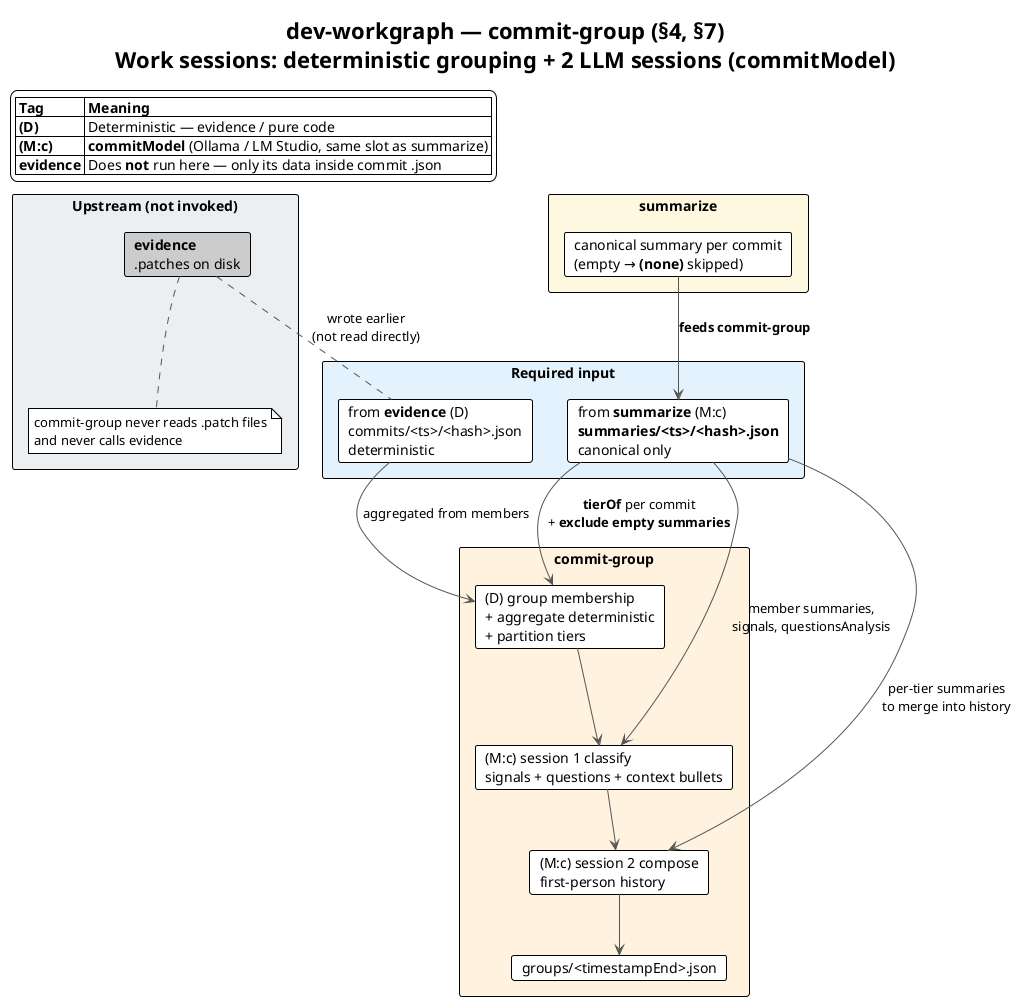
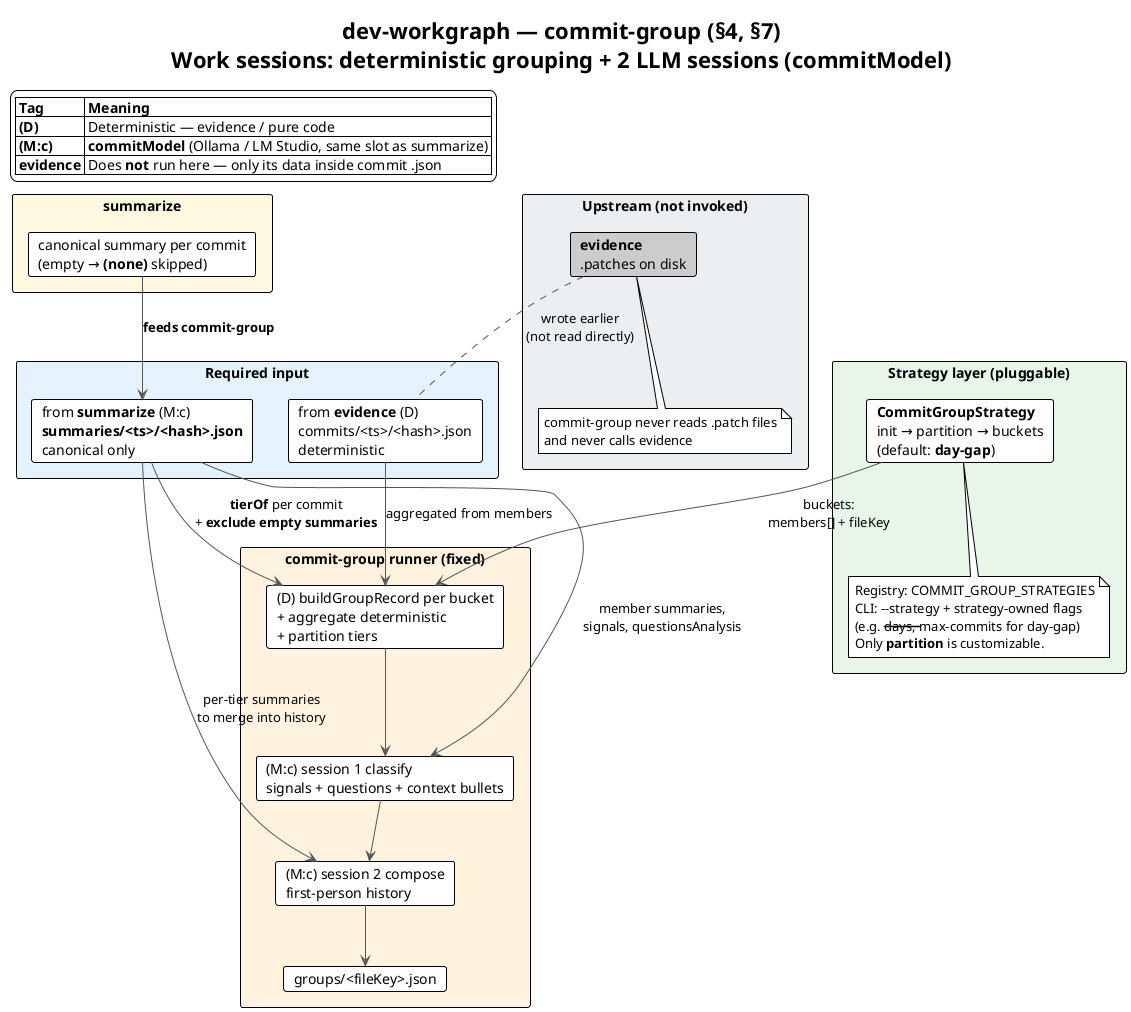
@startuml commit-group-overview
!theme plain
skinparam shadowing false
skinparam ArrowColor #555555

title dev-workgraph — **commit-group** (§4, §7)\nWork sessions: deterministic grouping + 2 LLM sessions (**commitModel**)

legend top left
  |= Tag |= Meaning |
  | **(D)** | Deterministic — evidence / pure code |
  | **(M:c)** | **commitModel** (Ollama / LM Studio, same slot as summarize) |
  | **evidence** | Does **not** run here — only its data inside commit .json |
endlegend

rectangle "**Upstream (not invoked)**" #ECEFF1 {
  card "**evidence**\n.patches on disk" as EVID #CCCCCC
  note bottom of EVID
    commit-group never reads .patch files
    and never calls evidence
  end note
}

rectangle "**Required input**" #E3F2FD {
  card "from **evidence** (D)\ncommits/<ts>/<hash>.json\ndeterministic" as DET
  card "from **summarize** (M:c)\n**summaries/<ts>/<hash>.json**\ncanonical only" as CM
}

- rectangle "**commit-group**" #FFF3E0 {
-   card "(D) group membership\n+ aggregate deterministic\n+ partition tiers" as DSTEP
+ rectangle "**Strategy layer (pluggable)**" #E8F5E9 {
+   card "**CommitGroupStrategy**\ninit → partition → buckets\n(default: **day-gap**)" as STRAT
+   note bottom of STRAT
+     Registry: COMMIT_GROUP_STRATEGIES
+     CLI: --strategy + strategy-owned flags
+     (e.g. --days, --max-commits for day-gap)
+     Only **partition** is customizable.
+   end note
+ }
+ 
+ rectangle "**commit-group runner (fixed)**" #FFF3E0 {
+   card "(D) buildGroupRecord per bucket\n+ aggregate deterministic\n+ partition tiers" as DSTEP
  card "(M:c) session 1 classify\nsignals + questions + context bullets" as C1
  card "(M:c) session 2 compose\nfirst-person history" as C2
-   card "groups/<timestampEnd>.json" as GOUT
+   card "groups/<fileKey>.json" as GOUT
}

rectangle "**summarize**" #FFF8E1 {
  card "canonical summary per commit\n(empty → **(none)** skipped)" as SUM
}

SUM --> CM : **feeds commit-group**
DET --> DSTEP : aggregated from members
CM --> DSTEP : **tierOf** per commit\n+ **exclude empty summaries**
+ STRAT --> DSTEP : buckets:\nmembers[] + fileKey
CM --> C1 : member summaries,\nsignals, questionsAnalysis
CM --> C2 : per-tier summaries\nto merge into history
DSTEP --> C1
C1 --> C2
C2 --> GOUT

EVID .. DET : wrote earlier\n(not read directly)

@enduml


@startuml commit-group-summarize-link
!theme plain
skinparam shadowing false

title **commit-group** and **summarize** — what is reused vs recalculated

package "**summarize output (per commit)**" #FFF8E1 {
  component "model.summary" as S
  component "model signals\n(technical / architecture / security)" as SIG
  component "model.signalReasons" as SR
  component "model.questionsAnalysis" as Q
  component "model.changeTypes" as CT
}

package "**commit-group reads (no .patch, no evidence cmd)**" #E3F2FD {
  component "commits/<ts>/<hash>.json\n.deterministic (evidence)" as DET
  component "summaries/<ts>/<hash>.json\n.canonical model only" as READ
}

- package "**commit-group (D) — always recomputed on run**" #E8F5E9 {
+ package "**commit-group (D) — runner per bucket**" #E8F5E9 {
  component "filter **isEmptyCommitSummary**" as FILT
-   component "groupByGap membership" as MEM
-   component "aggregateDeterministic" as AGG
+   component "**strategy.partition**\n(membership — pluggable)" as MEM
+   component "buildGroupRecord +\naggregateDeterministic" as AGG
  component "groups.tiers via tierOf(model)" as TIER
}

package "**commit-group (M:c) — session-level rebuild**" #FFF3E0 {
  component "Session signals re-evaluated\n(at least max of members)" as GSIG
  component "Session questions synthesized\n(merge, dedupe, reframe)" as GQ
  component "hiContext / mediumContext / lowContext" as CTX
  component "history — merge of commit summaries" as HIST
}

S --> READ
SIG --> READ
Q --> READ

READ --> FILT
FILT --> MEM
FILT --> TIER
FILT --> GSIG
FILT --> GQ
DET --> AGG
SIG --> TIER

note bottom of FILT
  Skip commits where provenance.model = **(none)**
  or summary is blank.
  Console: N commits → M for grouping
  (K empty summaries skipped)
end note

note bottom of TIER
  **tierOf** uses summarize signals only:
  hi = any high · medium = any medium, none high
  low = all low OR model is null
end note

note bottom of GQ
  Classify session **rebuilds** session questions from
  member commit questions + session context — not a
  simple string concat; role-aware via project context.
end note

note bottom of GSIG
  On re-run after new commits summarized:
  tiers, session signals, questions, history all
  recomputed from current commit.model values.
end note

@enduml


@startuml commit-group-command
!theme plain
skinparam shadowing false
skinparam ActivityBorderColor #888888
skinparam NoteBackgroundColor #FFF3E0

title **commit-group** — Full command flow

start

:loadCommitRecords(commits/ + summaries/);\njoin evidence + canonical summary;

if (No commits?) then (yes)
  #Pink:Run **evidence** first;
  stop
else (no)
endif

:Filter **isEmptyCommitSummary**;
note right: skip (none) / blank summary

- :Resolve **groupThresholdDays** + **groupMaxCommits**\n(prompt or --days / --max-commits);
- 
- :groupByGap(commits, days, max)\n**oldest first**;
+ :getCommitGroupStrategy(**--strategy**);
+ :strategy.**init**(strategyCli)\n(prompts / persist — strategy-specific);
+ :strategy.**partition**(commits) → buckets[];
+ note right
+   **day-gap:** groupByGap +
+   extensionSessions (incremental)
+   Other strategies: e.g. Jira ticket key
+ end note

:Pick **commitModel** (same slot as summarize);

:loadProjectContext -> classify + compose system prompts;

- partition "Per work session (oldest group first)" {
+ partition "Per bucket from strategy.partition (oldest first)" {
  :buildGroupRecord(members) **(D)**;
  note right
    groups.commits[] ordered hashes
    groups.tiers = partitionTiers(members)
    deterministic = aggregateDeterministic(members)
    model = null (until LLM)
  end note

  if (group file exists with model?) then (yes)
    :Skip LLM (append-only);
  else (no)
    partition "**Session 1 — classify (M:c)**" {
      :Input: aggregated deterministic,\ntier-annotated members (summary + signals\n+ per-commit questions as context),\ngroups.tiers reference;
      :Output: session **signals** + signalReasons,\n**questions[]**, changeTypes, confidence,\nhiContext / mediumContext / lowContext;
      :enforceSignalReasons;
    }

    partition "**Session 2 — compose (M:c)**" {
      :Input: classify result +\nper-commit summaries by tier;
      :Output: **history** only\n(first-person merge);
    }

    :technologies = mergeTechnologies(members)\n**(D)** union of commit models;
-     :Write groups/<timestampEnd>.json;
+     :Write groups/<**fileKey**>.json;
  endif
}

#LightGreen:Done;

floating note left
  On model failure: save group with model=null\n(deterministic + tiers kept) for retry.
  **Append-only:** skips groups that already have model.
  New commits → **extension groups** only (§4).
  To rebuild: delete group files manually.
end note

stop

@enduml


@startuml commit-group-deterministic
!theme plain
skinparam shadowing false
skinparam ActivityBorderColor #888888
skinparam NoteBackgroundColor #E8F5E9

- title **commit-group** — Deterministic steps (D)\nNo evidence command · uses commit .json from disk
+ title **commit-group** — Runner deterministic steps (D) per bucket\nPartition is **strategy-specific** (see commit-group-strategies)

start

:Load evidence from commits/**/*.json;\njoin **summaries/<ts>/<hash>.json** (canonical);

note right
  Each joined record:
  • deterministic (from evidence)
  • model (from summarize, may be empty)
  **.partN.json / .merge.json not loaded**
end note

:Filter out **isEmptyCommitSummary**;

- partition "1. Group membership — groupByGap" {
-   :Walk chronologically;
-   if (gap > groupThresholdDays\nOR group size >= groupMaxCommits?) then (yes)
-     :Close group, start new;
-   else (no)
-     :Same session;
-   endif
-   note right: Single-commit groups are valid
- }
- 
- partition "2. groups.commits (D)" {
+ note right
+   **strategy.partition** already ran
+   (members[] per bucket).
+   Below: fixed runner per bucket.
+ end note
+ 
+ partition "1. groups.commits (D)" {
  :Ordered list of member hashes;
}

- partition "3. groups.tiers — partitionTiers (D)" {
+ partition "2. groups.tiers — partitionTiers (D)" {
  :For each member: **tierOf(commit)**;
  note right
    Uses **summarize** signals only:
    hi / medium / low
    model null -> low tier
  end note
  :Every hash in exactly one tier bucket;
}

- partition "4. aggregateDeterministic (D)" {
+ partition "3. aggregateDeterministic (D)" {
  :Union changedFiles per status;
  :Sum linesAdded / linesDeleted;
  :Union folders, areas, excludedFiles;
  note right
    Same rules as evidence, merged across members.
    **Does not** re-read Git or patches.
  end note
}

:Write deterministic layer to group JSON\nbefore any LLM call;

stop

@enduml


@startuml commit-group-model-layer
!theme plain
skinparam shadowing false
skinparam classBackgroundColor #FAFAFA

title **GroupModelLayer** — two LLM sessions (M:c)

class "GroupRecord" as GR {
  groupId, timestampStart, timestampEnd, commitCount
  groups { commits[], tiers { low, medium, hi } }
  deterministic : DeterministicLayer **(D)**
  model : GroupModelLayer | null
}

class "Session 1 — classify" as C1 #FFF3E0 {
  **Rebuilt session signals**
  technicalSignal / architectureSignal / securitySignal
  signalReasons (patch-grounded, session scope)
  --
  **questions[]** — session-level
  synthesized from member gaps
  (not simple concat of commit questions)
  --
  changeTypes[], confidence
  hiContext[] / mediumContext[] / lowContext[]
  (meaning-merged bullets, not commit hashes)
}

class "Session 2 — compose" as C2 #FFF3E0 {
  **history** : string
  First-person merge of commit summaries
  HIGH = full detail · MEDIUM = brief
  LOW = optional mention
}

class "CLI (D post)" as CLI #E3F2FD {
  technologies[] = mergeTechnologies(members)
  provenance { model, generatedAt }
}

GR *-- C1
C1 --> C2 : classify feeds compose
C2 --> CLI
CLI --> GR

note right of C1
  Input from **summarize**:
  per-commit summary, signals, questions
  + deterministic tiers reference
end note

note bottom of GR
  **evidence** does not participate in model steps.
  Member **patches never loaded**.
end note

@enduml


@startuml commit-group-incremental
!theme plain
skinparam shadowing false

title **commit-group** — incremental re-run (extension groups, §4)

actor "Developer" as DEV

rectangle "**Existing on disk**" #E8F5E9 {
  card "groups/T1.json\n[c1,c2,c3] + model" as G1
}

rectangle "**New commits exported**" #FFF8E1 {
  card "c4, c5 (summarized)" as NC
}

- rectangle "**groupByGap (full recompute)**" #E3F2FD {
-   card "Session would be\n[c1..c5]" as FULL
- }
- 
- rectangle "**extensionSessions**" #FFF3E0 {
-   card "covered = {c1,c2,c3}\nuncovered = [c4,c5]" as EXT
-   card "Write **groups/T5.json**\nextension group only" as OUT
+ rectangle "**day-gap strategy.partition**" #E8F5E9 {
+   card "groupByGap (full recompute)" as FULL
+   card "**extensionSessions**\n(coveredCommitHashes)" as EXT
+   card "Write **groups/T5.json**\nextension bucket only" as OUT
}

DEV --> NC
G1 --> EXT : coveredCommitHashes
FULL --> EXT : subtract covered
- EXT --> OUT
+ EXT --> OUT : bucket fileKey=T5\n[c4,c5] only
+ 
+ note bottom of EXT
+   **day-gap** implementation detail.
+   Custom strategies may use different
+   incremental rules; output is still buckets.
+ end note

note bottom of OUT
  report resume folds **T5** only — no duplicate
  history from re-folding [c1..c5].
  Graph only extends; delete artifacts to rebuild.
end note

@enduml


@startuml commit-group-rerun
!theme plain
skinparam shadowing false

title **Incremental re-run** (append-only graph)

actor "Developer" as DEV

rectangle "**Re-run after new commits**" #E8F5E9 {
  card "evidence + summarize\nnew commits only" as INC1
  card "commit-group\n**extension groups**\n(uncovered commits)" as INC2
  card "report resume\n+ prepare + final\n**extension mode**" as INC3
}

DEV --> INC1
INC1 --> INC2
INC2 --> INC3

note bottom
  **Incremental:** extension groups + cumulative Q&A in final (§11).
  Existing JSON model layers are never overwritten.
  To rebuild a stage: delete its artifacts manually.
  evidence re-run only needed if Git export changed.
end note

@enduml


@startuml commit-group-sequence
!theme plain
skinparam shadowing false

title Sequence — **commit-group** (summarize in, evidence out)

actor "Developer" as DEV
database "commits/*.json\n(D evidence)" as COMM
database "summaries/*.json\n(M:c canonical)" as SUMM
database "project.json" as PJ
- participant "**commit-group**" as CG
+ participant "**commit-group**\nrunner" as CG
+ participant "**CommitGroupStrategy**\n(partition plugin)" as STRAT
participant "LLM\ncommitModel\nOllama | LM Studio" as LLM
- database "groups/<ts>.json" as GRP
- 
- DEV -> CG : commit-group ./repo
+ database "groups/<fileKey>.json" as GRP
+ 
+ DEV -> CG : commit-group ./repo [--strategy]

CG -> COMM : load evidence manifests
CG -> SUMM : join canonical summaries
CG -> CG : filter empty summaries\n(isEmptyCommitSummary)

+ CG -> STRAT : getCommitGroupStrategy + init(strategyCli)
+ STRAT --> CG : init params
+ 
+ CG -> STRAT : partition(commits)
+ STRAT --> CG : buckets[] (members + fileKey)
+ 
+ note over STRAT
+   **day-gap:** groupByGap +
+   extensionSessions (incremental).
+   Skips buckets whose group file
+   already has model (append-only).
+ end note
+ 
note over COMM
  evidence .patch files **not read**
  .partN / .merge summaries **not read**
end note

- CG -> CG : groupByGap + **extensionSessions**\n(subtract covered commit hashes)
- 
- note over CG
-   **Incremental re-run:** extension groups
-   = uncovered commits only (§4).
-   Skips groups with model (append-only).
- end note
- 
- CG -> CG : buildGroupRecord (D)\naggregateDeterministic\npartitionTiers from commit.model signals
- 
CG -> PJ : loadProjectContext()
+ 
+ CG -> CG : buildGroupRecord (D) per bucket\naggregateDeterministic\npartitionTiers from commit.model signals

CG -> LLM : **Session 1 classify**\nmember summaries + signals + questions
LLM --> CG : session signals, questions[], context tiers

CG -> LLM : **Session 2 compose**\nsummaries by tier + classify result
LLM --> CG : history

CG -> CG : mergeTechnologies (D)\n+ provenance

CG -> GRP : write group JSON

CG --> DEV : summarized / skipped / failed counts

@enduml


@startuml commit-group-example
!theme plain
skinparam shadowing false

title Example — group record after **commit-group**

object "groups/1717428123.json" as G #FFF3E0 {
  groupId = 1717428123
  commitCount = 3
  ..
  **groups (D)**
  commits[] = 3 hashes
  tiers.hi / medium / low from **summarize** signals
  ..
  **deterministic (D)**
  union of member deterministic layers
  ..
  **model (M:c)**
  history = first-person session narrative
  technicalSignal / architectureSignal / securitySignal
  signalReasons + **questions[]** (session-level)
  hiContext / mediumContext / lowContext
  technologies = union from member commits (D)
}

note bottom of G
  Per-commit questions (summarize) -> classify synthesizes
  session questions. Per-commit signals -> tiers (D) +
  session signals re-evaluated (M:c).
end note

@enduml
